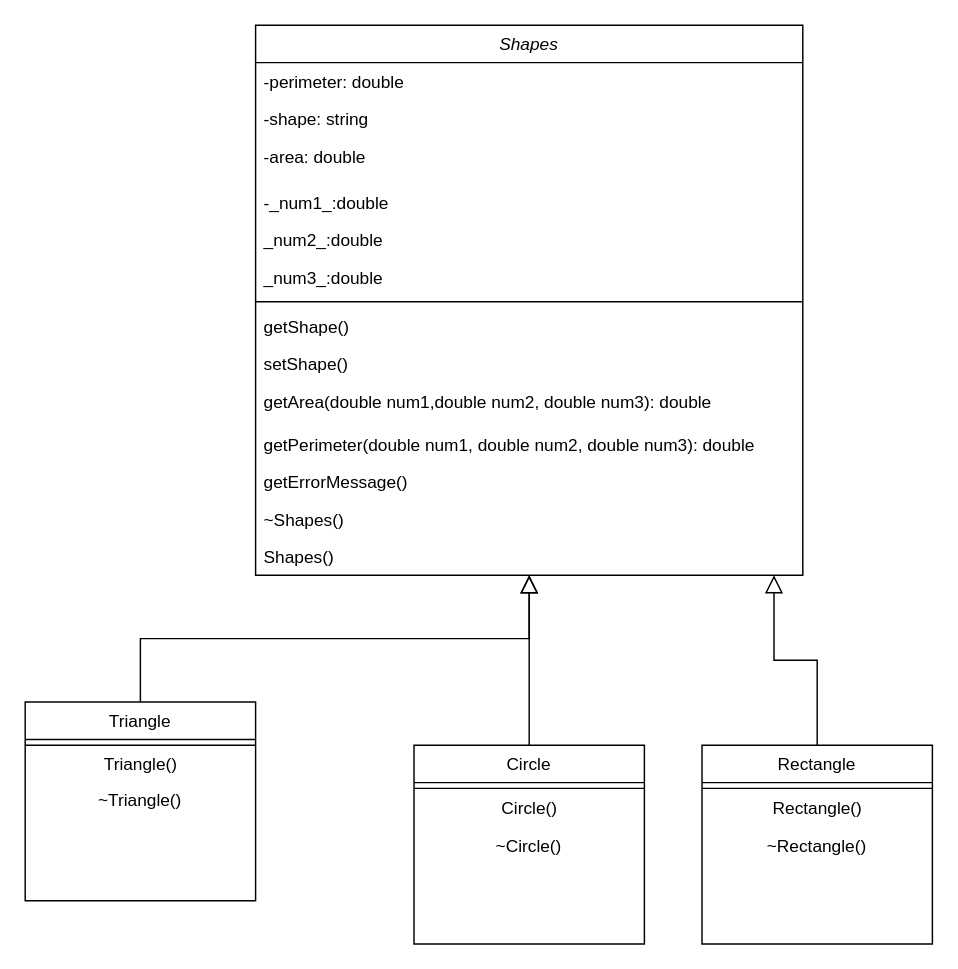
Above: OOGeometricPropertyCalculator/Untitled Diagram.drawio in Ayden-Owens/CSCE-240 (draw.io), before the change. Source tidied: cells renumbered, new cells numbered last; positions are measured from the earlier drawing's top-left corner, leaving out a move shared by most shapes. Both pictures are drawn from the tidied source at 144%, with x=0, y=0 at pixel (24, 24).
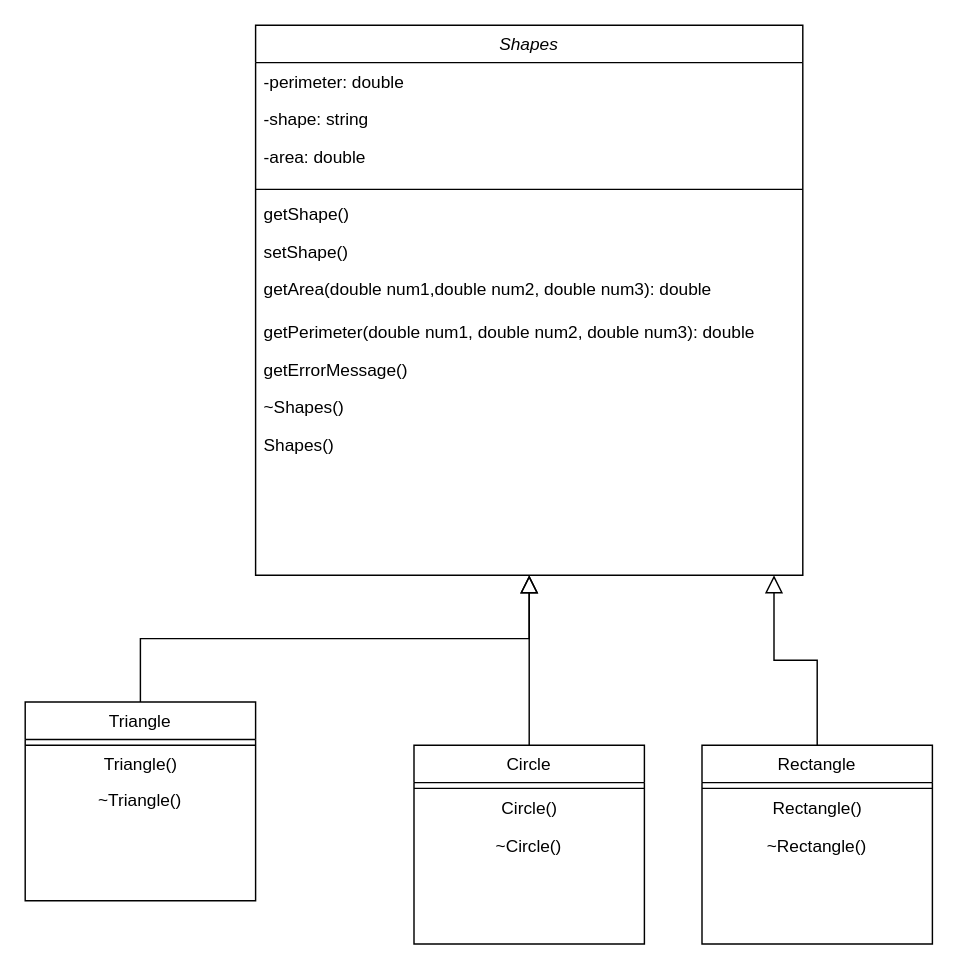
The same diagram, later.

Unchanged cells that the change refers to:
```xml
<mxCell id="2" value="Shapes" style="swimlane;fontStyle=2;align=center;verticalAlign=top;horizontal=1;startSize=26;rounded=0;shadow=0;strokeWidth=1;" parent="1" vertex="1">
  <mxGeometry x="160" width="380" height="382" as="geometry" />
</mxCell>
```

Diff of the diagram source:
```diff
@@
-    <mxCell id="6" value="-_num1_:double" style="text;align=left;verticalAlign=top;spacingLeft=4;spacingRight=4;overflow=hidden;rounded=0;shadow=0;html=0;" parent="2" vertex="1">
-      <mxGeometry y="110" width="380" height="26" as="geometry" />
-    </mxCell>
-    <mxCell id="7" value="_num2_:double" style="text;align=left;verticalAlign=top;spacingLeft=4;spacingRight=4;overflow=hidden;rounded=0;shadow=0;html=0;" parent="2" vertex="1">
-      <mxGeometry y="136" width="380" height="26" as="geometry" />
-    </mxCell>
-    <mxCell id="8" value="_num3_:double" style="text;align=left;verticalAlign=top;spacingLeft=4;spacingRight=4;overflow=hidden;rounded=0;shadow=0;html=0;" parent="2" vertex="1">
-      <mxGeometry y="162" width="380" height="26" as="geometry" />
-    </mxCell>
     <mxCell id="9" style="line;html=1;strokeWidth=1;align=left;verticalAlign=middle;spacingTop=-1;spacingLeft=3;spacingRight=3;labelPosition=right;" parent="2" vertex="1">
-      <mxGeometry y="188" width="380" height="8" as="geometry" />
+      <mxGeometry y="110" width="380" height="8" as="geometry" />
     </mxCell>
     <mxCell id="10" value="getShape()" style="text;align=left;verticalAlign=top;spacingLeft=4;spacingRight=4;overflow=hidden;" parent="2" vertex="1">
-      <mxGeometry y="196" width="380" height="26" as="geometry" />
+      <mxGeometry y="118" width="380" height="26" as="geometry" />
     </mxCell>
     <mxCell id="11" value="setShape()" style="text;align=left;verticalAlign=top;spacingLeft=4;spacingRight=4;overflow=hidden;rounded=0;shadow=0;html=0;" parent="2" vertex="1">
-      <mxGeometry y="222" width="380" height="26" as="geometry" />
+      <mxGeometry y="144" width="380" height="26" as="geometry" />
     </mxCell>
     <mxCell id="12" value="getArea(double num1,double num2, double num3): double" style="text;align=left;verticalAlign=top;spacingLeft=4;spacingRight=4;overflow=hidden;rounded=0;shadow=0;html=0;" parent="2" vertex="1">
-      <mxGeometry y="248" width="380" height="30" as="geometry" />
+      <mxGeometry y="170" width="380" height="30" as="geometry" />
     </mxCell>
     <mxCell id="13" value="getPerimeter(double num1, double num2, double num3): double" style="text;align=left;verticalAlign=top;spacingLeft=4;spacingRight=4;overflow=hidden;rounded=0;shadow=0;html=0;" parent="2" vertex="1">
-      <mxGeometry y="278" width="380" height="26" as="geometry" />
+      <mxGeometry y="200" width="380" height="26" as="geometry" />
     </mxCell>
     <mxCell id="14" value="getErrorMessage()" style="text;align=left;verticalAlign=top;spacingLeft=4;spacingRight=4;overflow=hidden;rounded=0;shadow=0;html=0;" parent="2" vertex="1">
-      <mxGeometry y="304" width="380" height="26" as="geometry" />
+      <mxGeometry y="226" width="380" height="26" as="geometry" />
     </mxCell>
     <mxCell id="15" value="~Shapes()" style="text;align=left;verticalAlign=top;spacingLeft=4;spacingRight=4;overflow=hidden;rounded=0;shadow=0;html=0;" parent="2" vertex="1">
-      <mxGeometry y="330" width="380" height="26" as="geometry" />
+      <mxGeometry y="252" width="380" height="26" as="geometry" />
     </mxCell>
     <mxCell id="16" value="Shapes()" style="text;align=left;verticalAlign=top;spacingLeft=4;spacingRight=4;overflow=hidden;" parent="2" vertex="1">
-      <mxGeometry y="356" width="380" height="26" as="geometry" />
+      <mxGeometry y="278" width="380" height="26" as="geometry" />
     </mxCell>
```
